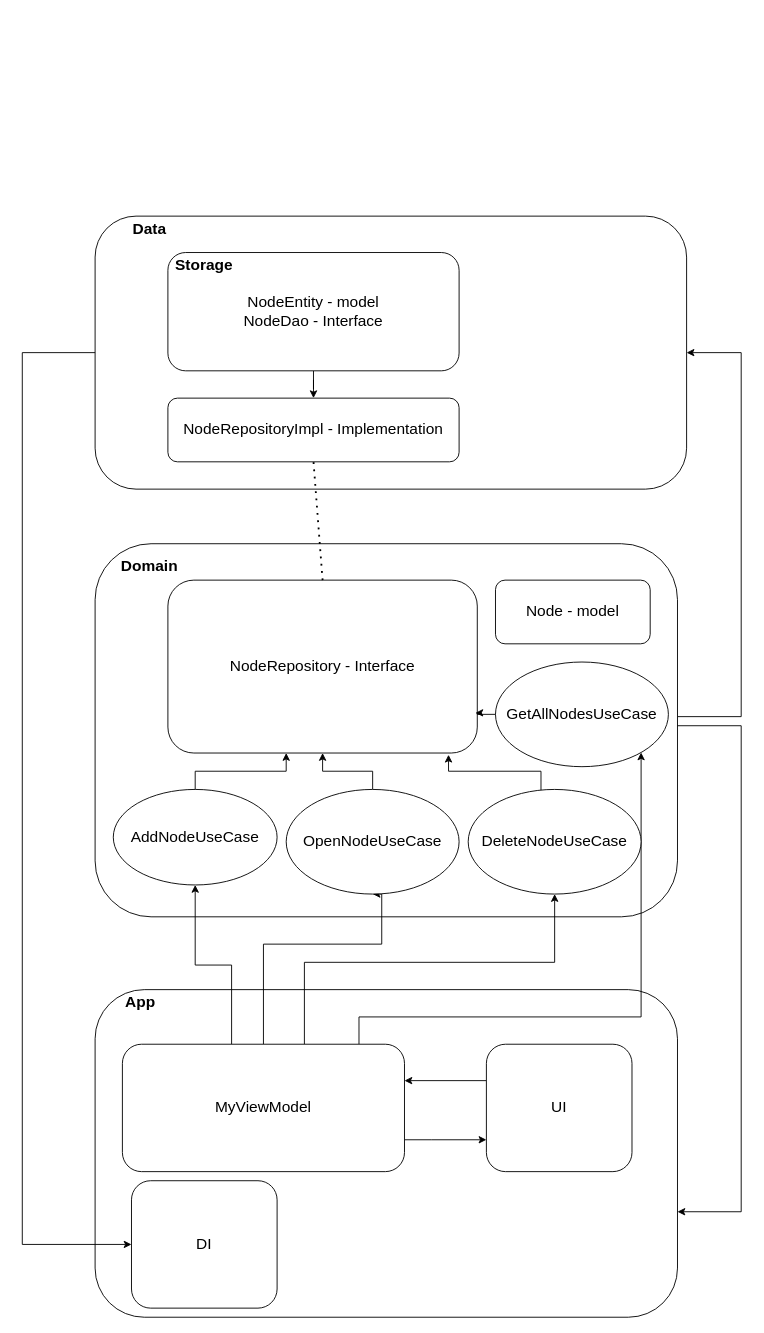
The draw.io diagram AppArchitecture.drawio in borsalinho/DeNetTest, before the edit. Source tidied: cells renumbered, new cells numbered last; positions are measured from the earlier drawing's top-left corner, leaving out a move shared by most shapes. Both pictures are drawn from the tidied source at 91%, with x=0, y=0 at pixel (22, 216).
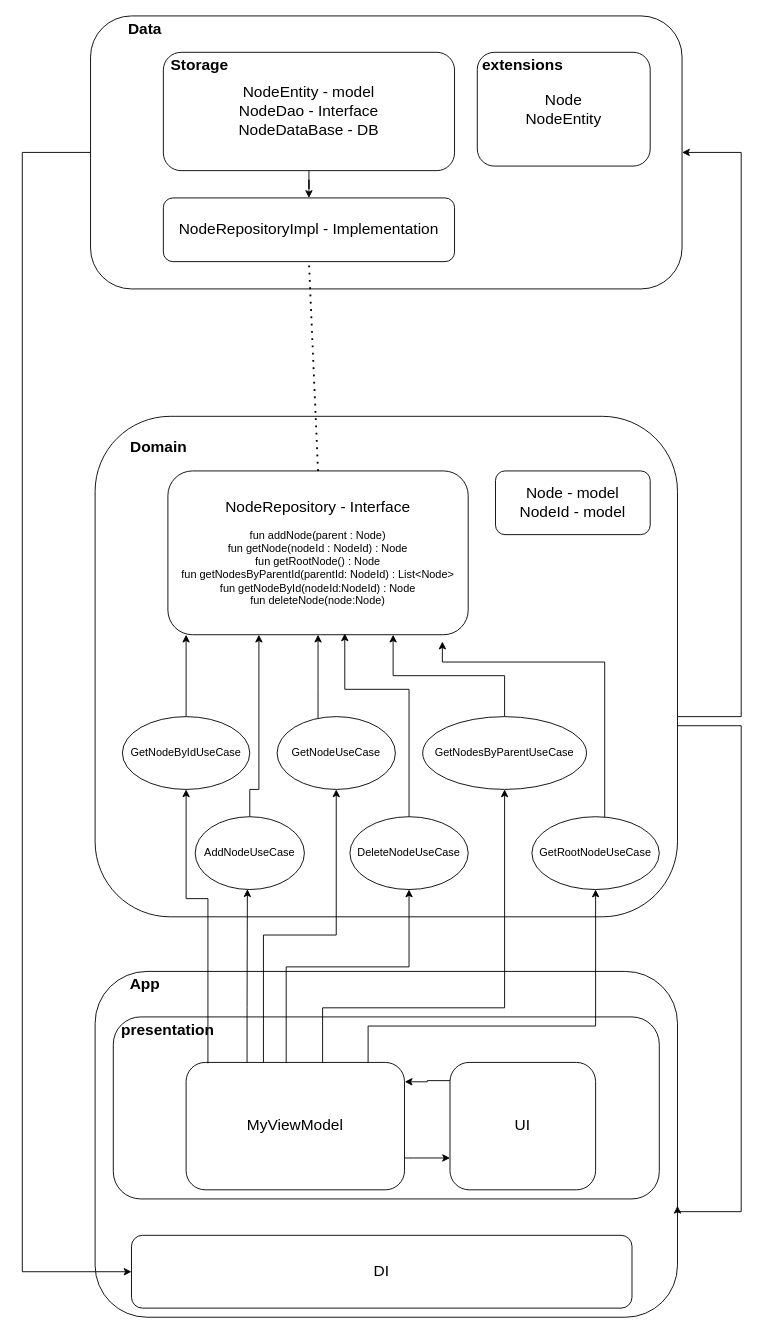
Above is the later version.

Diff of the diagram source:
```diff
@@
     <mxCell id="2" style="rounded=1;whiteSpace=wrap;html=1;fontSize=17;" parent="1" vertex="1">
-      <mxGeometry x="80" width="650" height="300" as="geometry" />
+      <mxGeometry x="75" y="-220" width="650" height="300" as="geometry" />
     </mxCell>
     <mxCell id="3" style="edgeStyle=orthogonalEdgeStyle;rounded=0;jettySize=auto;html=1;entryX=1;entryY=0.5;entryDx=0;entryDy=0;" parent="1" edge="1" source="4" target="2">
       <mxGeometry relative="1" as="geometry">
         <Array as="points">
           <mxPoint x="790" y="550" />
-          <mxPoint x="790" y="150" />
+          <mxPoint x="790" y="-70" />
         </Array>
       </mxGeometry>
     </mxCell>
     <mxCell id="4" style="rounded=1;whiteSpace=wrap;html=1;fontSize=17;" parent="1" vertex="1">
-      <mxGeometry x="80" y="360" width="640" height="410" as="geometry" />
+      <mxGeometry x="80" y="220" width="640" height="550" as="geometry" />
     </mxCell>
     <mxCell id="5" style="rounded=1;whiteSpace=wrap;html=1;fontSize=17;" parent="1" vertex="1">
-      <mxGeometry x="80" y="850" width="640" height="360" as="geometry" />
+      <mxGeometry x="80" y="830" width="640" height="380" as="geometry" />
     </mxCell>
     <mxCell id="6" value="Data" style="text;html=1;align=center;verticalAlign=middle;whiteSpace=wrap;rounded=0;fontSize=17;fontStyle=1;" parent="1" vertex="1">
-      <mxGeometry x="110" width="60" height="30" as="geometry" />
+      <mxGeometry x="105" y="-220" width="60" height="30" as="geometry" />
     </mxCell>
     <mxCell id="7" value="Domain" style="text;html=1;align=center;verticalAlign=middle;whiteSpace=wrap;rounded=0;fontSize=17;fontStyle=1;" parent="1" vertex="1">
-      <mxGeometry x="110" y="370" width="60" height="30" as="geometry" />
+      <mxGeometry x="120" y="240" width="60" height="30" as="geometry" />
     </mxCell>
     <mxCell id="8" value="App" style="text;html=1;align=center;verticalAlign=middle;whiteSpace=wrap;rounded=0;fontSize=17;fontStyle=1;" parent="1" vertex="1">
-      <mxGeometry x="100" y="850" width="60" height="30" as="geometry" />
+      <mxGeometry x="105" y="830" width="60" height="30" as="geometry" />
     </mxCell>
-    <mxCell id="9" style="edgeStyle=orthogonalEdgeStyle;rounded=0;jettySize=auto;html=1;entryX=0.5;entryY=1;entryDx=0;entryDy=0;" parent="1" edge="1" source="14" target="20">
-      <mxGeometry relative="1" as="geometry">
-        <Array as="points">
-          <mxPoint x="230" y="823" />
-          <mxPoint x="190" y="823" />
-        </Array>
-      </mxGeometry>
-    </mxCell>
-    <mxCell id="10" style="edgeStyle=orthogonalEdgeStyle;rounded=0;jettySize=auto;html=1;entryX=0.5;entryY=1;entryDx=0;entryDy=0;" parent="1" edge="1" source="14" target="23">
-      <mxGeometry relative="1" as="geometry">
-        <Array as="points">
-          <mxPoint x="265" y="800" />
-          <mxPoint x="395" y="800" />
-        </Array>
-      </mxGeometry>
-    </mxCell>
-    <mxCell id="11" style="edgeStyle=orthogonalEdgeStyle;rounded=0;jettySize=auto;html=1;entryX=0.5;entryY=1;entryDx=0;entryDy=0;" parent="1" edge="1" source="14" target="21">
-      <mxGeometry relative="1" as="geometry">
-        <Array as="points">
-          <mxPoint x="310" y="820" />
-          <mxPoint x="585" y="820" />
-        </Array>
-      </mxGeometry>
-    </mxCell>
@@
-    <mxCell id="13" style="edgeStyle=orthogonalEdgeStyle;rounded=0;jettySize=auto;html=1;" parent="1" edge="1" source="14" target="33">
-      <mxGeometry relative="1" as="geometry">
-        <Array as="points">
-          <mxPoint x="370" y="880" />
-          <mxPoint x="680" y="880" />
-        </Array>
-      </mxGeometry>
-    </mxCell>
-    <mxCell id="14" value="&lt;font style=&quot;font-size: 17px;&quot;&gt;MyViewModel&lt;/font&gt;" style="rounded=1;whiteSpace=wrap;html=1;" parent="1" vertex="1">
-      <mxGeometry x="110" y="910" width="310" height="140" as="geometry" />
-    </mxCell>
@@
-    <mxCell id="16" value="&lt;font style=&quot;font-size: 17px;&quot;&gt;UI&lt;/font&gt;" style="rounded=1;whiteSpace=wrap;html=1;" parent="1" vertex="1">
-      <mxGeometry x="510" y="910" width="160" height="140" as="geometry" />
-    </mxCell>
     <mxCell id="17" value="&lt;font style=&quot;font-size: 17px;&quot;&gt;DI&lt;/font&gt;" style="rounded=1;whiteSpace=wrap;html=1;" parent="1" vertex="1">
-      <mxGeometry x="120" y="1060" width="160" height="140" as="geometry" />
+      <mxGeometry x="120" y="1120" width="550" height="80" as="geometry" />
     </mxCell>
-    <mxCell id="18" value="&lt;span style=&quot;font-size: 17px;&quot;&gt;NodeRepository - Interface&lt;/span&gt;" style="rounded=1;whiteSpace=wrap;html=1;" parent="1" vertex="1">
-      <mxGeometry x="160" y="400" width="340" height="190" as="geometry" />
+    <mxCell id="18" value="&lt;span style=&quot;font-size: 17px;&quot;&gt;NodeRepository - Interface&lt;/span&gt;&lt;br&gt;&lt;div style=&quot;font-size: 11px;&quot;&gt;&lt;span style=&quot;background-color: initial;&quot;&gt;&lt;font style=&quot;font-size: 11px;&quot;&gt;&lt;br&gt;&lt;/font&gt;&lt;/span&gt;&lt;/div&gt;&lt;div style=&quot;font-size: 11px;&quot;&gt;&lt;span style=&quot;background-color: initial;&quot;&gt;&lt;font style=&quot;font-size: 12px;&quot;&gt;fun addNode(parent : Node)&lt;/font&gt;&lt;/span&gt;&lt;/div&gt;&lt;font style=&quot;font-size: 12px;&quot;&gt;&lt;div style=&quot;&quot;&gt;&lt;span style=&quot;background-color: initial;&quot;&gt;fun getNode(nodeId : NodeId) : Node&lt;/span&gt;&lt;/div&gt;&lt;/font&gt;&lt;div style=&quot;&quot;&gt;&lt;font style=&quot;font-size: 12px;&quot;&gt;fun getRootNode() : Node&lt;/font&gt;&lt;/div&gt;&lt;div style=&quot;&quot;&gt;&lt;font style=&quot;font-size: 12px;&quot;&gt;fun getNodesByParentId(parentId: NodeId) : List&amp;lt;Node&amp;gt;&lt;/font&gt;&lt;/div&gt;&lt;div style=&quot;&quot;&gt;&lt;font style=&quot;font-size: 12px;&quot;&gt;fun getNodeById(nodeId:NodeId) : Node&lt;/font&gt;&lt;/div&gt;&lt;div style=&quot;&quot;&gt;&lt;font style=&quot;font-size: 12px;&quot;&gt;fun deleteNode(node:Node)&lt;/font&gt;&lt;/div&gt;" style="rounded=1;whiteSpace=wrap;html=1;" parent="1" vertex="1">
+      <mxGeometry x="160" y="280" width="330" height="180" as="geometry" />
     </mxCell>
-    <mxCell id="19" style="edgeStyle=orthogonalEdgeStyle;rounded=0;jettySize=auto;html=1;" parent="1" edge="1" source="20" target="18">
-      <mxGeometry relative="1" as="geometry">
-        <Array as="points">
-          <mxPoint x="190" y="610" />
-          <mxPoint x="290" y="610" />
-        </Array>
-      </mxGeometry>
-    </mxCell>
-    <mxCell id="20" value="AddNodeUseCase" style="ellipse;whiteSpace=wrap;html=1;fontSize=17;" parent="1" vertex="1">
-      <mxGeometry x="100" y="630" width="180" height="105" as="geometry" />
-    </mxCell>
-    <mxCell id="21" value="DeleteNodeUseCase" style="ellipse;whiteSpace=wrap;html=1;fontSize=17;" parent="1" vertex="1">
-      <mxGeometry x="490" y="630" width="190" height="115" as="geometry" />
-    </mxCell>
-    <mxCell id="22" style="edgeStyle=orthogonalEdgeStyle;rounded=0;jettySize=auto;html=1;" parent="1" edge="1" source="23" target="18">
-      <mxGeometry relative="1" as="geometry" />
-    </mxCell>
-    <mxCell id="23" value="OpenNodeUseCase" style="ellipse;whiteSpace=wrap;html=1;fontSize=17;" parent="1" vertex="1">
-      <mxGeometry x="290" y="630" width="190" height="115" as="geometry" />
-    </mxCell>
     <mxCell id="24" value="&lt;span style=&quot;font-size: 17px;&quot;&gt;NodeRepositoryImpl - Implementation&lt;/span&gt;" style="rounded=1;whiteSpace=wrap;html=1;" parent="1" vertex="1">
-      <mxGeometry x="160" y="200" width="320" height="70" as="geometry" />
+      <mxGeometry x="155" y="-20" width="320" height="70" as="geometry" />
     </mxCell>
@@
-    <mxCell id="26" value="&lt;div&gt;&lt;font style=&quot;font-size: 17px;&quot;&gt;NodeEntity - model&lt;/font&gt;&lt;/div&gt;&lt;font style=&quot;font-size: 17px;&quot;&gt;NodeDao - Interface&lt;/font&gt;" style="rounded=1;whiteSpace=wrap;html=1;" parent="1" vertex="1">
-      <mxGeometry x="160" y="40" width="320" height="130" as="geometry" />
+    <mxCell id="26" value="&lt;div&gt;&lt;font style=&quot;font-size: 17px;&quot;&gt;NodeEntity - model&lt;/font&gt;&lt;/div&gt;&lt;font style=&quot;font-size: 17px;&quot;&gt;NodeDao - Interface&lt;/font&gt;&lt;div&gt;&lt;font style=&quot;font-size: 17px;&quot;&gt;NodeDataBase - DB&lt;/font&gt;&lt;/div&gt;" style="rounded=1;whiteSpace=wrap;html=1;" parent="1" vertex="1">
+      <mxGeometry x="155" y="-180" width="320" height="130" as="geometry" />
     </mxCell>
@@
     <mxCell id="28" value="Storage" style="text;html=1;align=center;verticalAlign=middle;whiteSpace=wrap;rounded=0;fontSize=17;fontStyle=1;" parent="1" vertex="1">
-      <mxGeometry x="170" y="40" width="60" height="30" as="geometry" />
+      <mxGeometry x="165" y="-180" width="60" height="30" as="geometry" />
     </mxCell>
-    <mxCell id="29" value="&lt;span style=&quot;font-size: 17px;&quot;&gt;Node - model&lt;/span&gt;" style="rounded=1;whiteSpace=wrap;html=1;" parent="1" vertex="1">
-      <mxGeometry x="520" y="400" width="170" height="70" as="geometry" />
+    <mxCell id="29" value="&lt;span style=&quot;font-size: 17px;&quot;&gt;Node - model&lt;/span&gt;&lt;div&gt;&lt;span style=&quot;font-size: 17px;&quot;&gt;NodeId - model&lt;/span&gt;&lt;/div&gt;" style="rounded=1;whiteSpace=wrap;html=1;" parent="1" vertex="1">
+      <mxGeometry x="520" y="280" width="170" height="70" as="geometry" />
     </mxCell>
-    <mxCell id="30" style="edgeStyle=orthogonalEdgeStyle;rounded=0;jettySize=auto;html=1;entryX=0.907;entryY=1.01;entryDx=0;entryDy=0;entryPerimeter=0;" parent="1" edge="1" source="21" target="18">
-      <mxGeometry relative="1" as="geometry">
-        <Array as="points">
-          <mxPoint x="570" y="610" />
-          <mxPoint x="468" y="610" />
-        </Array>
-      </mxGeometry>
-    </mxCell>
     <mxCell id="31" style="edgeStyle=orthogonalEdgeStyle;rounded=0;jettySize=auto;html=1;entryX=0;entryY=0.5;entryDx=0;entryDy=0;" parent="1" edge="1" source="2" target="17">
       <mxGeometry relative="1" as="geometry">
         <Array as="points">
-          <mxPoint y="150" />
-          <mxPoint y="1130" />
+          <mxPoint y="-70" />
+          <mxPoint y="1160" />
         </Array>
       </mxGeometry>
     </mxCell>
@@
-    <mxCell id="33" value="GetAllNodesUseCase" style="ellipse;whiteSpace=wrap;html=1;fontSize=17;" parent="1" vertex="1">
-      <mxGeometry x="520" y="490" width="190" height="115" as="geometry" />
-    </mxCell>
-    <mxCell id="34" style="edgeStyle=orthogonalEdgeStyle;rounded=0;jettySize=auto;html=1;entryX=0.994;entryY=0.768;entryDx=0;entryDy=0;entryPerimeter=0;" parent="1" edge="1" source="33" target="18">
-      <mxGeometry relative="1" as="geometry" />
-    </mxCell>
+    <mxCell id="19" style="edgeStyle=orthogonalEdgeStyle;rounded=0;jettySize=auto;html=1;fontFamily=Helvetica;fontSize=12;fontColor=default;" parent="1" edge="1" source="20" target="18">
+      <mxGeometry relative="1" as="geometry">
+        <Array as="points">
+          <mxPoint x="250" y="630" />
+          <mxPoint x="260" y="630" />
+        </Array>
+      </mxGeometry>
+    </mxCell>
+    <mxCell id="20" value="AddNodeUseCase" style="ellipse;whiteSpace=wrap;html=1;" parent="1" vertex="1">
+      <mxGeometry x="190" y="660" width="120" height="80" as="geometry" />
+    </mxCell>
+    <mxCell id="21" value="DeleteNodeUseCase" style="ellipse;whiteSpace=wrap;html=1;" parent="1" vertex="1">
+      <mxGeometry x="360" y="660" width="130" height="80" as="geometry" />
+    </mxCell>
+    <mxCell id="35" style="edgeStyle=orthogonalEdgeStyle;rounded=0;jettySize=auto;html=1;fontFamily=Helvetica;fontSize=12;fontColor=default;" parent="1" edge="1" source="36" target="18">
+      <mxGeometry relative="1" as="geometry">
+        <Array as="points">
+          <mxPoint x="180" y="490" />
+          <mxPoint x="180" y="490" />
+        </Array>
+      </mxGeometry>
+    </mxCell>
+    <mxCell id="36" value="GetNodeByIdUseCase" style="ellipse;whiteSpace=wrap;html=1;" parent="1" vertex="1">
+      <mxGeometry x="110" y="550" width="140" height="80" as="geometry" />
+    </mxCell>
+    <mxCell id="37" style="edgeStyle=orthogonalEdgeStyle;rounded=0;jettySize=auto;html=1;entryX=0.75;entryY=1;entryDx=0;entryDy=0;fontFamily=Helvetica;fontSize=12;fontColor=default;" parent="1" edge="1" source="38" target="18">
+      <mxGeometry relative="1" as="geometry" />
+    </mxCell>
+    <mxCell id="38" value="GetNodesByParentUseCase" style="ellipse;whiteSpace=wrap;html=1;" parent="1" vertex="1">
+      <mxGeometry x="440" y="550" width="180" height="80" as="geometry" />
+    </mxCell>
+    <mxCell id="39" style="edgeStyle=orthogonalEdgeStyle;rounded=0;jettySize=auto;html=1;fontFamily=Helvetica;fontSize=12;fontColor=default;" parent="1" edge="1" source="40" target="18">
+      <mxGeometry relative="1" as="geometry">
+        <Array as="points">
+          <mxPoint x="325" y="520" />
+          <mxPoint x="325" y="520" />
+        </Array>
+      </mxGeometry>
+    </mxCell>
+    <mxCell id="40" value="GetNodeUseCase" style="ellipse;whiteSpace=wrap;html=1;" parent="1" vertex="1">
+      <mxGeometry x="280" y="550" width="130" height="80" as="geometry" />
+    </mxCell>
+    <mxCell id="41" value="GetRootNodeUseCase" style="ellipse;whiteSpace=wrap;html=1;" parent="1" vertex="1">
+      <mxGeometry x="560" y="660" width="140" height="80" as="geometry" />
+    </mxCell>
+    <mxCell id="30" style="edgeStyle=orthogonalEdgeStyle;rounded=0;jettySize=auto;html=1;entryX=0.589;entryY=0.992;entryDx=0;entryDy=0;entryPerimeter=0;fontFamily=Helvetica;fontSize=12;fontColor=default;" parent="1" edge="1" source="21" target="18">
+      <mxGeometry relative="1" as="geometry">
+        <Array as="points">
+          <mxPoint x="425" y="520" />
+          <mxPoint x="354" y="520" />
+        </Array>
+      </mxGeometry>
+    </mxCell>
+    <mxCell id="42" style="edgeStyle=orthogonalEdgeStyle;rounded=0;jettySize=auto;html=1;entryX=0.914;entryY=1.042;entryDx=0;entryDy=0;entryPerimeter=0;fontFamily=Helvetica;fontSize=12;fontColor=default;" parent="1" edge="1" source="41" target="18">
+      <mxGeometry relative="1" as="geometry">
+        <Array as="points">
+          <mxPoint x="640" y="490" />
+          <mxPoint x="462" y="490" />
+        </Array>
+      </mxGeometry>
+    </mxCell>
+    <mxCell id="43" value="&lt;font style=&quot;font-size: 17px;&quot;&gt;Node&lt;/font&gt;&lt;div style=&quot;font-size: 17px;&quot;&gt;&lt;font style=&quot;font-size: 17px;&quot;&gt;NodeEntity&lt;/font&gt;&lt;/div&gt;" style="rounded=1;whiteSpace=wrap;html=1;" parent="1" vertex="1">
+      <mxGeometry x="500" y="-180" width="190" height="125" as="geometry" />
+    </mxCell>
+    <mxCell id="44" value="extensions" style="text;html=1;align=center;verticalAlign=middle;whiteSpace=wrap;rounded=0;fontSize=17;fontStyle=1;" parent="1" vertex="1">
+      <mxGeometry x="520" y="-180" width="60" height="30" as="geometry" />
+    </mxCell>
+    <mxCell id="45" style="rounded=1;whiteSpace=wrap;html=1;strokeColor=default;align=center;verticalAlign=middle;fontFamily=Helvetica;fontSize=12;fontColor=default;fillColor=default;" parent="1" vertex="1">
+      <mxGeometry x="100" y="880" width="600" height="200" as="geometry" />
+    </mxCell>
+    <mxCell id="46" style="edgeStyle=orthogonalEdgeStyle;rounded=0;jettySize=auto;html=1;entryX=0;entryY=0.75;entryDx=0;entryDy=0;fontFamily=Helvetica;fontSize=12;fontColor=default;" parent="1" edge="1" source="14" target="16">
+      <mxGeometry relative="1" as="geometry">
+        <Array as="points">
+          <mxPoint x="430" y="1035" />
+          <mxPoint x="430" y="1035" />
+        </Array>
+      </mxGeometry>
+    </mxCell>
+    <mxCell id="14" value="&lt;font style=&quot;font-size: 17px;&quot;&gt;MyViewModel&lt;/font&gt;" style="rounded=1;whiteSpace=wrap;html=1;" parent="1" vertex="1">
+      <mxGeometry x="180" y="930" width="240" height="140" as="geometry" />
+    </mxCell>
+    <mxCell id="16" value="&lt;font style=&quot;font-size: 17px;&quot;&gt;UI&lt;/font&gt;" style="rounded=1;whiteSpace=wrap;html=1;" parent="1" vertex="1">
+      <mxGeometry x="470" y="930" width="160" height="140" as="geometry" />
+    </mxCell>
+    <mxCell id="47" style="edgeStyle=orthogonalEdgeStyle;rounded=0;jettySize=auto;html=1;fontFamily=Helvetica;fontSize=12;fontColor=default;exitX=0.1;exitY=0.007;exitDx=0;exitDy=0;exitPerimeter=0;" parent="1" edge="1" source="14" target="36">
+      <mxGeometry relative="1" as="geometry">
+        <Array as="points">
+          <mxPoint x="204" y="750" />
+          <mxPoint x="180" y="750" />
+        </Array>
+      </mxGeometry>
+    </mxCell>
+    <mxCell id="48" style="edgeStyle=orthogonalEdgeStyle;rounded=0;jettySize=auto;html=1;fontFamily=Helvetica;fontSize=12;fontColor=default;" parent="1" edge="1" source="14" target="40">
+      <mxGeometry relative="1" as="geometry">
+        <Array as="points">
+          <mxPoint x="265" y="790" />
+          <mxPoint x="345" y="790" />
+        </Array>
+      </mxGeometry>
+    </mxCell>
+    <mxCell id="11" style="edgeStyle=orthogonalEdgeStyle;rounded=0;jettySize=auto;html=1;fontFamily=Helvetica;fontSize=12;fontColor=default;" parent="1" edge="1" source="14" target="21">
+      <mxGeometry relative="1" as="geometry">
+        <Array as="points">
+          <mxPoint x="290" y="825" />
+          <mxPoint x="425" y="825" />
+        </Array>
+      </mxGeometry>
+    </mxCell>
+    <mxCell id="49" style="edgeStyle=orthogonalEdgeStyle;rounded=0;jettySize=auto;html=1;entryX=0.5;entryY=1;entryDx=0;entryDy=0;fontFamily=Helvetica;fontSize=12;fontColor=default;" parent="1" edge="1" source="14" target="38">
+      <mxGeometry relative="1" as="geometry">
+        <Array as="points">
+          <mxPoint x="330" y="870" />
+          <mxPoint x="530" y="870" />
+        </Array>
+      </mxGeometry>
+    </mxCell>
+    <mxCell id="50" style="edgeStyle=orthogonalEdgeStyle;rounded=0;jettySize=auto;html=1;fontFamily=Helvetica;fontSize=12;fontColor=default;" parent="1" edge="1" source="14" target="41">
+      <mxGeometry relative="1" as="geometry">
+        <Array as="points">
+          <mxPoint x="380" y="890" />
+          <mxPoint x="630" y="890" />
+        </Array>
+      </mxGeometry>
+    </mxCell>
+    <mxCell id="9" style="edgeStyle=orthogonalEdgeStyle;rounded=0;jettySize=auto;html=1;entryX=0.478;entryY=0.996;entryDx=0;entryDy=0;entryPerimeter=0;fontFamily=Helvetica;fontSize=12;fontColor=default;" parent="1" edge="1" source="14" target="20">
+      <mxGeometry relative="1" as="geometry">
+        <Array as="points">
+          <mxPoint x="247" y="870" />
+          <mxPoint x="247" y="870" />
+        </Array>
+      </mxGeometry>
+    </mxCell>
+    <mxCell id="51" value="presentation" style="text;html=1;align=center;verticalAlign=middle;whiteSpace=wrap;rounded=0;fontSize=17;fontStyle=1;" parent="1" vertex="1">
+      <mxGeometry x="130" y="880" width="60" height="30" as="geometry" />
+    </mxCell>
+    <mxCell id="52" style="edgeStyle=orthogonalEdgeStyle;rounded=0;jettySize=auto;html=1;entryX=1.001;entryY=0.152;entryDx=0;entryDy=0;entryPerimeter=0;fontFamily=Helvetica;fontSize=12;fontColor=default;" parent="1" edge="1" source="16" target="14">
+      <mxGeometry relative="1" as="geometry">
+        <Array as="points">
+          <mxPoint x="445" y="950" />
+          <mxPoint x="445" y="951" />
+        </Array>
+      </mxGeometry>
+    </mxCell>
```
